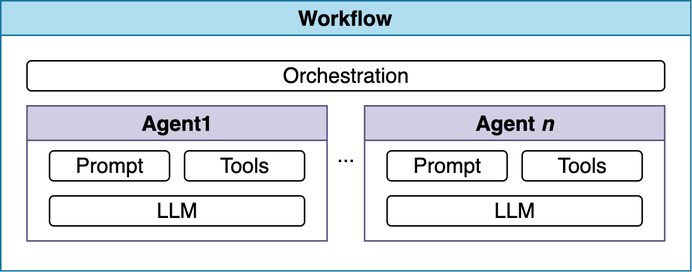
zalyoung/gitlab-handbook keeps this draw.io diagram as static/images/engineering/architecture/design-documents/duo_workflow_registry/concepts_overview.png. Above is the earlier version. Source tidied: cells renumbered, new cells last; positions are measured from the earlier drawing's top-left corner, leaving out a move shared by most shapes.
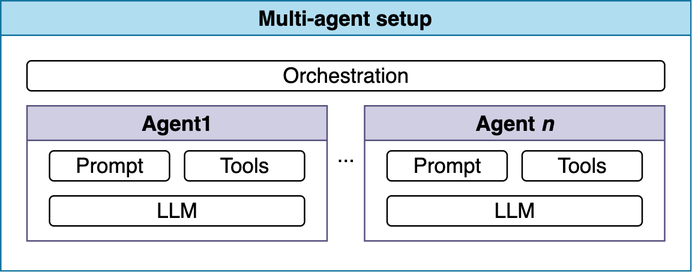
The same file after the commit.

Commit message:
Switch to agents

What changed in the source:
```diff
@@ -41,7 +41,7 @@
     <mxCell id="14" value="..." style="text;html=1;align=center;verticalAlign=middle;fillColor=none;fontSize=14;" parent="2" vertex="1">
       <mxGeometry x="210" y="88" width="40" height="30" as="geometry" />
     </mxCell>
-    <mxCell id="15" value="&lt;font&gt;Workflow&lt;/font&gt;" style="swimlane;whiteSpace=wrap;html=1;fillColor=#b1ddf0;fontSize=14;strokeColor=#10739e;" parent="2" vertex="1">
+    <mxCell id="15" value="Multi-agent setup" style="swimlane;whiteSpace=wrap;html=1;fillColor=#b1ddf0;fontSize=14;strokeColor=#10739e;" parent="2" vertex="1">
       <mxGeometry width="460" height="180" as="geometry" />
     </mxCell>
   </root>
```
